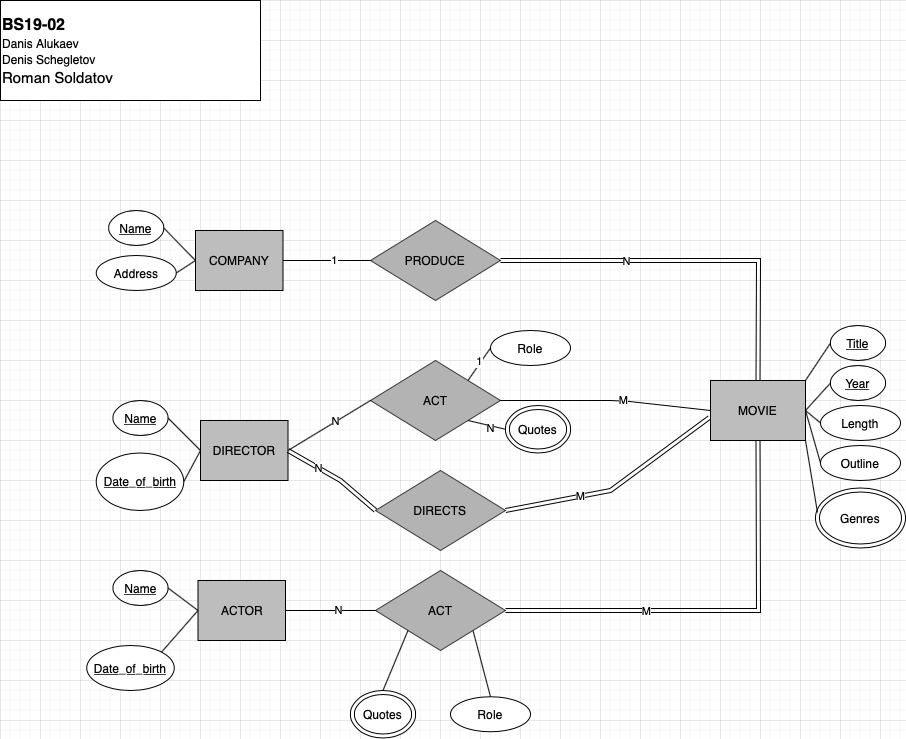
Before: Week02/Exercise 1.png, a diagram exported from draw.io (SMore-Napi/DB_Innopolis). Source tidied: cells renumbered, new cells last; positions are measured from the earlier drawing's top-left corner, leaving out a move shared by most shapes. Its diagram source:
```xml
<mxGraphModel>
  <root>
    <mxCell id="0" />
    <mxCell id="1" parent="0" />
    <mxCell id="2" value="&lt;span id=&quot;docs-internal-guid-47128e1f-7fff-15b0-5de6-b5b7fcb19423&quot;&gt;&lt;p dir=&quot;ltr&quot; style=&quot;line-height: 1.38 ; margin-top: 0pt ; margin-bottom: 0pt&quot;&gt;&lt;span style=&quot;font-size: 12pt ; font-family: &amp;#34;montserrat&amp;#34; , sans-serif ; font-weight: 700 ; vertical-align: baseline&quot;&gt;BS19-02&lt;/span&gt;&lt;/p&gt;&lt;p dir=&quot;ltr&quot; style=&quot;line-height: 1.38 ; margin-top: 0pt ; margin-bottom: 0pt&quot;&gt;Danis&amp;nbsp;Alukaev&lt;br&gt;&lt;/p&gt;&lt;p dir=&quot;ltr&quot; style=&quot;line-height: 1.38 ; margin-top: 0pt ; margin-bottom: 0pt&quot;&gt;Denis Schegletov&lt;/p&gt;&lt;p dir=&quot;ltr&quot; style=&quot;line-height: 1.38 ; margin-top: 0pt ; margin-bottom: 0pt&quot;&gt;&lt;span style=&quot;font-size: 11pt ; font-family: &amp;#34;montserrat&amp;#34; , sans-serif ; vertical-align: baseline&quot;&gt;Roman Soldatov&lt;/span&gt;&lt;/p&gt;&lt;/span&gt;" style="rounded=0;whiteSpace=wrap;html=1;align=left;" parent="1" vertex="1">
      <mxGeometry width="260" height="100" as="geometry" />
    </mxCell>
    <mxCell id="3" value="MOVIE" style="rounded=0;whiteSpace=wrap;html=1;fillColor=#BDBDBD;" parent="1" vertex="1">
      <mxGeometry x="710" y="380" width="95" height="60" as="geometry" />
    </mxCell>
    <mxCell id="4" value="ACTOR" style="rounded=0;whiteSpace=wrap;html=1;fillColor=#BDBDBD;" parent="1" vertex="1">
      <mxGeometry x="197.5" y="580" width="87.5" height="60" as="geometry" />
    </mxCell>
    <mxCell id="5" value="COMPANY" style="rounded=0;whiteSpace=wrap;html=1;fillColor=#BDBDBD;" parent="1" vertex="1">
      <mxGeometry x="195" y="230" width="87.5" height="60" as="geometry" />
    </mxCell>
    <mxCell id="6" value="Length" style="ellipse;whiteSpace=wrap;html=1;" parent="1" vertex="1">
      <mxGeometry x="820" y="405" width="80" height="35" as="geometry" />
    </mxCell>
    <mxCell id="7" value="Outline" style="ellipse;whiteSpace=wrap;html=1;" parent="1" vertex="1">
      <mxGeometry x="820" y="445" width="80" height="35" as="geometry" />
    </mxCell>
    <mxCell id="8" value="&lt;u&gt;Title&lt;/u&gt;" style="ellipse;whiteSpace=wrap;html=1;" parent="1" vertex="1">
      <mxGeometry x="830" y="325" width="55" height="35" as="geometry" />
    </mxCell>
    <mxCell id="9" value="&lt;u&gt;Year&lt;/u&gt;" style="ellipse;whiteSpace=wrap;html=1;" parent="1" vertex="1">
      <mxGeometry x="830" y="365" width="55" height="35" as="geometry" />
    </mxCell>
    <mxCell id="10" value="Genres" style="ellipse;shape=doubleEllipse;whiteSpace=wrap;html=1;fillColor=#FFFFFF;" parent="1" vertex="1">
      <mxGeometry x="815" y="487.5" width="90" height="60" as="geometry" />
    </mxCell>
    <mxCell id="11" value="&lt;u&gt;Name&lt;/u&gt;" style="ellipse;whiteSpace=wrap;html=1;" parent="1" vertex="1">
      <mxGeometry x="108.2" y="210" width="55" height="35" as="geometry" />
    </mxCell>
    <mxCell id="12" value="Address" style="ellipse;whiteSpace=wrap;html=1;" parent="1" vertex="1">
      <mxGeometry x="95.8" y="255" width="80" height="35" as="geometry" />
    </mxCell>
    <mxCell id="13" value="&lt;u&gt;Name&lt;/u&gt;" style="ellipse;whiteSpace=wrap;html=1;" parent="1" vertex="1">
      <mxGeometry x="112.5" y="570" width="55" height="35" as="geometry" />
    </mxCell>
    <mxCell id="14" value="&lt;u&gt;Date_of_birth&lt;/u&gt;" style="ellipse;whiteSpace=wrap;html=1;" parent="1" vertex="1">
      <mxGeometry x="86.2" y="645" width="87.5" height="45" as="geometry" />
    </mxCell>
    <mxCell id="15" value="DIRECTOR" style="rounded=0;whiteSpace=wrap;html=1;fillColor=#BDBDBD;" parent="1" vertex="1">
      <mxGeometry x="200" y="420" width="87.5" height="60" as="geometry" />
    </mxCell>
    <mxCell id="16" value="&lt;u&gt;Name&lt;/u&gt;" style="ellipse;whiteSpace=wrap;html=1;" parent="1" vertex="1">
      <mxGeometry x="112.5" y="400" width="55" height="35" as="geometry" />
    </mxCell>
    <mxCell id="17" value="&lt;u&gt;Date_of_birth&lt;/u&gt;" style="ellipse;whiteSpace=wrap;html=1;" parent="1" vertex="1">
      <mxGeometry x="95.8" y="452.5" width="87.5" height="57.5" as="geometry" />
    </mxCell>
    <mxCell id="18" value="PRODUCE" style="rhombus;whiteSpace=wrap;html=1;strokeColor=#36393d;fillColor=#B3B3B3;" parent="1" vertex="1">
      <mxGeometry x="370" y="220" width="130" height="80" as="geometry" />
    </mxCell>
    <mxCell id="19" value="ACT" style="rhombus;whiteSpace=wrap;html=1;strokeColor=#36393d;fillColor=#B3B3B3;" parent="1" vertex="1">
      <mxGeometry x="375" y="570" width="130" height="80" as="geometry" />
    </mxCell>
    <mxCell id="20" value="ACT" style="rhombus;whiteSpace=wrap;html=1;strokeColor=#36393d;fillColor=#B3B3B3;" parent="1" vertex="1">
      <mxGeometry x="370" y="360" width="130" height="80" as="geometry" />
    </mxCell>
    <mxCell id="21" value="DIRECTS" style="rhombus;whiteSpace=wrap;html=1;strokeColor=#36393d;fillColor=#B3B3B3;" parent="1" vertex="1">
      <mxGeometry x="375" y="470" width="130" height="80" as="geometry" />
    </mxCell>
    <mxCell id="22" value="Role" style="ellipse;whiteSpace=wrap;html=1;" parent="1" vertex="1">
      <mxGeometry x="490" y="330" width="80" height="35" as="geometry" />
    </mxCell>
    <mxCell id="23" value="Quotes" style="ellipse;shape=doubleEllipse;whiteSpace=wrap;html=1;fillColor=#FFFFFF;" parent="1" vertex="1">
      <mxGeometry x="505" y="405" width="65" height="47.5" as="geometry" />
    </mxCell>
    <mxCell id="24" value="Role" style="ellipse;whiteSpace=wrap;html=1;" parent="1" vertex="1">
      <mxGeometry x="450" y="696.2" width="80" height="35" as="geometry" />
    </mxCell>
    <mxCell id="25" value="Quotes" style="ellipse;shape=doubleEllipse;whiteSpace=wrap;html=1;fillColor=#FFFFFF;" parent="1" vertex="1">
      <mxGeometry x="350" y="690" width="65" height="47.5" as="geometry" />
    </mxCell>
    <mxCell id="26" style="endArrow=none;html=1;entryX=0;entryY=1;entryDx=0;entryDy=0;exitX=0.5;exitY=0;exitDx=0;exitDy=0;" parent="1" edge="1" source="25" target="19">
      <mxGeometry relative="1" as="geometry" />
    </mxCell>
    <mxCell id="27" style="endArrow=none;html=1;entryX=1;entryY=1;entryDx=0;entryDy=0;exitX=0.5;exitY=0;exitDx=0;exitDy=0;" parent="1" edge="1" source="24" target="19">
      <mxGeometry relative="1" as="geometry" />
    </mxCell>
    <mxCell id="28" style="endArrow=none;html=1;entryX=0;entryY=0.5;entryDx=0;entryDy=0;exitX=1;exitY=0;exitDx=0;exitDy=0;" parent="1" edge="1" source="14" target="4">
      <mxGeometry relative="1" as="geometry" />
    </mxCell>
    <mxCell id="29" style="endArrow=none;html=1;entryX=0;entryY=0.5;entryDx=0;entryDy=0;exitX=1;exitY=0.5;exitDx=0;exitDy=0;" parent="1" edge="1" source="13" target="4">
      <mxGeometry relative="1" as="geometry" />
    </mxCell>
    <mxCell id="30" style="endArrow=none;html=1;entryX=0;entryY=0.5;entryDx=0;entryDy=0;exitX=1;exitY=0.5;exitDx=0;exitDy=0;" parent="1" edge="1" source="16" target="15">
      <mxGeometry relative="1" as="geometry" />
    </mxCell>
    <mxCell id="31" style="endArrow=none;html=1;entryX=0;entryY=0.5;entryDx=0;entryDy=0;exitX=1;exitY=0.5;exitDx=0;exitDy=0;" parent="1" edge="1" source="17" target="15">
      <mxGeometry relative="1" as="geometry" />
    </mxCell>
    <mxCell id="32" style="endArrow=none;html=1;entryX=0;entryY=0.5;entryDx=0;entryDy=0;exitX=1;exitY=0.5;exitDx=0;exitDy=0;" parent="1" edge="1" source="11" target="5">
      <mxGeometry relative="1" as="geometry" />
    </mxCell>
    <mxCell id="33" style="endArrow=none;html=1;entryX=0;entryY=0.5;entryDx=0;entryDy=0;exitX=1;exitY=0.5;exitDx=0;exitDy=0;" parent="1" edge="1" source="12" target="5">
      <mxGeometry relative="1" as="geometry" />
    </mxCell>
    <mxCell id="34" style="endArrow=none;html=1;entryX=0;entryY=0.5;entryDx=0;entryDy=0;exitX=1;exitY=0;exitDx=0;exitDy=0;" parent="1" edge="1" source="20" target="22">
      <mxGeometry relative="1" as="geometry" />
    </mxCell>
    <mxCell id="35" value="1" style="edgeLabel;html=1;align=center;verticalAlign=middle;" parent="34" vertex="1">
      <mxGeometry x="0.09" y="2" relative="1" as="geometry" />
    </mxCell>
    <mxCell id="36" style="endArrow=none;html=1;entryX=0;entryY=0.5;entryDx=0;entryDy=0;exitX=1;exitY=1;exitDx=0;exitDy=0;" parent="1" edge="1" source="20" target="23">
      <mxGeometry relative="1" as="geometry" />
    </mxCell>
    <mxCell id="37" value="N" style="edgeLabel;html=1;align=center;verticalAlign=middle;" parent="36" vertex="1">
      <mxGeometry x="0.17" y="-2" relative="1" as="geometry" />
    </mxCell>
    <mxCell id="38" style="endArrow=none;html=1;entryX=0;entryY=0.5;entryDx=0;entryDy=0;exitX=1;exitY=0;exitDx=0;exitDy=0;" parent="1" edge="1" source="3" target="8">
      <mxGeometry relative="1" as="geometry" />
    </mxCell>
    <mxCell id="39" style="endArrow=none;html=1;entryX=0;entryY=0.5;entryDx=0;entryDy=0;exitX=1;exitY=0.5;exitDx=0;exitDy=0;" parent="1" edge="1" source="3" target="9">
      <mxGeometry relative="1" as="geometry" />
    </mxCell>
    <mxCell id="40" style="endArrow=none;html=1;exitX=1;exitY=0.5;exitDx=0;exitDy=0;entryX=0;entryY=0.5;entryDx=0;entryDy=0;" parent="1" edge="1" source="3" target="6">
      <mxGeometry relative="1" as="geometry" />
    </mxCell>
    <mxCell id="41" style="endArrow=none;html=1;exitX=1;exitY=0.5;exitDx=0;exitDy=0;entryX=0;entryY=0.5;entryDx=0;entryDy=0;" parent="1" edge="1" source="3" target="7">
      <mxGeometry relative="1" as="geometry" />
    </mxCell>
    <mxCell id="42" style="endArrow=none;html=1;entryX=1;entryY=1;entryDx=0;entryDy=0;exitX=0.022;exitY=0.408;exitDx=0;exitDy=0;exitPerimeter=0;" parent="1" edge="1" source="10" target="3">
      <mxGeometry relative="1" as="geometry" />
    </mxCell>
    <mxCell id="43" style="endArrow=none;html=1;entryX=0;entryY=0.5;entryDx=0;entryDy=0;exitX=1;exitY=0.5;exitDx=0;exitDy=0;" parent="1" edge="1" source="5" target="18">
      <mxGeometry relative="1" as="geometry" />
    </mxCell>
    <mxCell id="44" value="1" style="edgeLabel;html=1;align=center;verticalAlign=middle;" parent="43" vertex="1">
      <mxGeometry x="0.15" y="1" relative="1" as="geometry" />
    </mxCell>
    <mxCell id="45" style="shape=link;html=1;rounded=0;exitX=1;exitY=0.5;exitDx=0;exitDy=0;entryX=0.5;entryY=0;entryDx=0;entryDy=0;" parent="1" edge="1" source="18" target="3">
      <mxGeometry relative="1" as="geometry">
        <Array as="points">
          <mxPoint x="758" y="260" />
        </Array>
      </mxGeometry>
    </mxCell>
    <mxCell id="46" value="N" style="edgeLabel;html=1;align=center;verticalAlign=middle;" parent="45" vertex="1">
      <mxGeometry x="-0.34" relative="1" as="geometry" />
    </mxCell>
    <mxCell id="47" style="endArrow=none;html=1;entryX=0;entryY=0.5;entryDx=0;entryDy=0;exitX=1;exitY=0.5;exitDx=0;exitDy=0;" parent="1" edge="1" source="4" target="19">
      <mxGeometry relative="1" as="geometry" />
    </mxCell>
    <mxCell id="48" value="N" style="edgeLabel;html=1;align=center;verticalAlign=middle;" parent="47" vertex="1">
      <mxGeometry x="0.15" y="1" relative="1" as="geometry" />
    </mxCell>
    <mxCell id="49" style="endArrow=none;html=1;entryX=0;entryY=0.5;entryDx=0;entryDy=0;exitX=1;exitY=0.5;exitDx=0;exitDy=0;" parent="1" edge="1" source="15" target="20">
      <mxGeometry relative="1" as="geometry" />
    </mxCell>
    <mxCell id="50" value="N" style="edgeLabel;html=1;align=center;verticalAlign=middle;" parent="49" vertex="1">
      <mxGeometry x="0.15" y="1" relative="1" as="geometry" />
    </mxCell>
    <mxCell id="51" style="endArrow=none;html=1;entryX=0;entryY=0.5;entryDx=0;entryDy=0;exitX=1;exitY=0.5;exitDx=0;exitDy=0;" parent="1" edge="1" source="20" target="3">
      <mxGeometry relative="1" as="geometry">
        <Array as="points">
          <mxPoint x="620" y="400" />
        </Array>
      </mxGeometry>
    </mxCell>
    <mxCell id="52" value="M" style="edgeLabel;html=1;align=center;verticalAlign=middle;" parent="51" vertex="1">
      <mxGeometry x="0.15" y="1" relative="1" as="geometry" />
    </mxCell>
    <mxCell id="53" style="shape=link;html=1;rounded=0;exitX=1;exitY=0.5;exitDx=0;exitDy=0;entryX=0;entryY=0.5;entryDx=0;entryDy=0;" parent="1" edge="1" source="15" target="21">
      <mxGeometry relative="1" as="geometry">
        <Array as="points">
          <mxPoint x="340" y="480" />
        </Array>
      </mxGeometry>
    </mxCell>
    <mxCell id="54" value="N" style="edgeLabel;html=1;align=center;verticalAlign=middle;" parent="53" vertex="1">
      <mxGeometry x="-0.34" relative="1" as="geometry" />
    </mxCell>
    <mxCell id="55" style="shape=link;html=1;rounded=0;exitX=1;exitY=0.5;exitDx=0;exitDy=0;entryX=-0.011;entryY=0.617;entryDx=0;entryDy=0;entryPerimeter=0;" parent="1" edge="1" source="21" target="3">
      <mxGeometry relative="1" as="geometry">
        <Array as="points">
          <mxPoint x="610" y="490" />
        </Array>
      </mxGeometry>
    </mxCell>
    <mxCell id="56" value="M" style="edgeLabel;html=1;align=center;verticalAlign=middle;" parent="55" vertex="1">
      <mxGeometry x="-0.34" relative="1" as="geometry" />
    </mxCell>
    <mxCell id="57" style="shape=link;html=1;rounded=0;exitX=1;exitY=0.5;exitDx=0;exitDy=0;entryX=0.5;entryY=1;entryDx=0;entryDy=0;" parent="1" edge="1" source="19" target="3">
      <mxGeometry relative="1" as="geometry">
        <Array as="points">
          <mxPoint x="758" y="610" />
        </Array>
      </mxGeometry>
    </mxCell>
    <mxCell id="58" value="M" style="edgeLabel;html=1;align=center;verticalAlign=middle;" parent="57" vertex="1">
      <mxGeometry x="-0.34" relative="1" as="geometry" />
    </mxCell>
  </root>
</mxGraphModel>
```
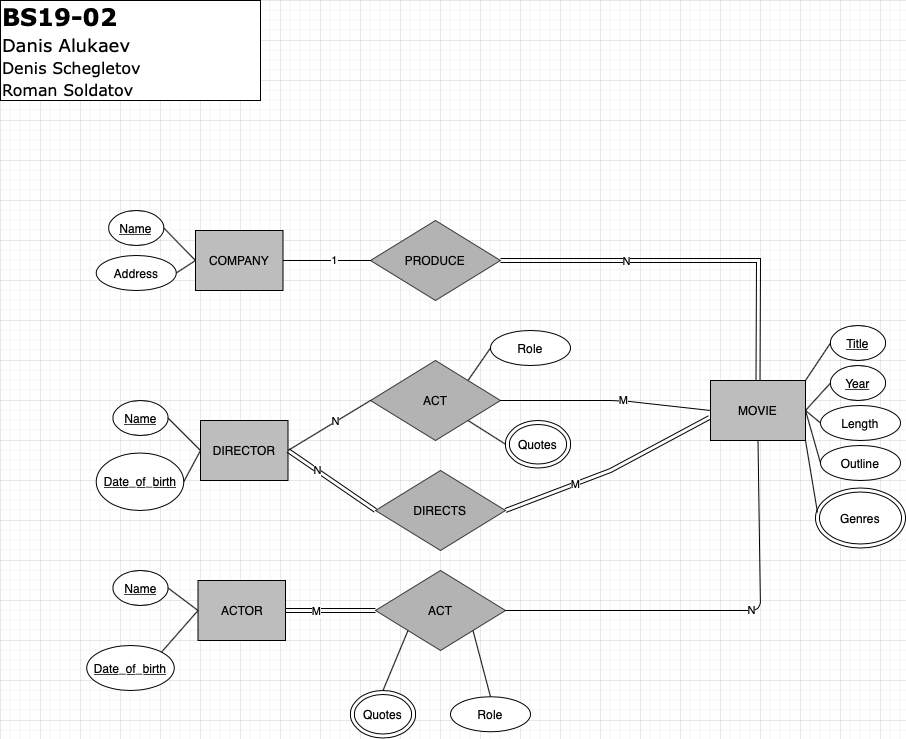
After the change.

What changed in the source:
```diff
@@ -2,7 +2,7 @@
   <root>
     <mxCell id="0" />
     <mxCell id="1" parent="0" />
-    <mxCell id="2" value="&lt;span id=&quot;docs-internal-guid-47128e1f-7fff-15b0-5de6-b5b7fcb19423&quot;&gt;&lt;p dir=&quot;ltr&quot; style=&quot;line-height: 1.38 ; margin-top: 0pt ; margin-bottom: 0pt&quot;&gt;&lt;span style=&quot;font-size: 12pt ; font-family: &amp;#34;montserrat&amp;#34; , sans-serif ; font-weight: 700 ; vertical-align: baseline&quot;&gt;BS19-02&lt;/span&gt;&lt;/p&gt;&lt;p dir=&quot;ltr&quot; style=&quot;line-height: 1.38 ; margin-top: 0pt ; margin-bottom: 0pt&quot;&gt;Danis&amp;nbsp;Alukaev&lt;br&gt;&lt;/p&gt;&lt;p dir=&quot;ltr&quot; style=&quot;line-height: 1.38 ; margin-top: 0pt ; margin-bottom: 0pt&quot;&gt;Denis Schegletov&lt;/p&gt;&lt;p dir=&quot;ltr&quot; style=&quot;line-height: 1.38 ; margin-top: 0pt ; margin-bottom: 0pt&quot;&gt;&lt;span style=&quot;font-size: 11pt ; font-family: &amp;#34;montserrat&amp;#34; , sans-serif ; vertical-align: baseline&quot;&gt;Roman Soldatov&lt;/span&gt;&lt;/p&gt;&lt;/span&gt;" style="rounded=0;whiteSpace=wrap;html=1;align=left;" parent="1" vertex="1">
+    <mxCell id="2" value="&lt;span id=&quot;docs-internal-guid-47128e1f-7fff-15b0-5de6-b5b7fcb19423&quot;&gt;&lt;font face=&quot;Verdana&quot;&gt;&lt;p dir=&quot;ltr&quot; style=&quot;line-height: 1.38 ; margin-top: 0pt ; margin-bottom: 0pt&quot;&gt;&lt;span style=&quot;font-weight: 700 ; vertical-align: baseline&quot;&gt;&lt;font style=&quot;font-size: 24px&quot;&gt;BS19-02&lt;/font&gt;&lt;/span&gt;&lt;/p&gt;&lt;p dir=&quot;ltr&quot; style=&quot;line-height: 1.38 ; margin-top: 0pt ; margin-bottom: 0pt&quot;&gt;&lt;font&gt;&lt;font style=&quot;font-size: 18px&quot;&gt;Danis&amp;nbsp;Alukaev&lt;/font&gt;&lt;br&gt;&lt;/font&gt;&lt;/p&gt;&lt;p dir=&quot;ltr&quot; style=&quot;line-height: 1.38 ; margin-top: 0pt ; margin-bottom: 0pt&quot;&gt;&lt;font size=&quot;3&quot;&gt;Denis Schegletov&lt;/font&gt;&lt;/p&gt;&lt;p dir=&quot;ltr&quot; style=&quot;line-height: 1.38 ; margin-top: 0pt ; margin-bottom: 0pt&quot;&gt;&lt;span style=&quot;vertical-align: baseline&quot;&gt;&lt;font size=&quot;3&quot;&gt;Roman Soldatov&lt;/font&gt;&lt;/span&gt;&lt;/p&gt;&lt;/font&gt;&lt;/span&gt;" style="rounded=0;whiteSpace=wrap;html=1;align=left;" parent="1" vertex="1">
       <mxGeometry width="260" height="100" as="geometry" />
     </mxCell>
     <mxCell id="3" value="MOVIE" style="rounded=0;whiteSpace=wrap;html=1;fillColor=#BDBDBD;" parent="1" vertex="1">
@@ -66,7 +66,7 @@
       <mxGeometry x="490" y="330" width="80" height="35" as="geometry" />
     </mxCell>
     <mxCell id="23" value="Quotes" style="ellipse;shape=doubleEllipse;whiteSpace=wrap;html=1;fillColor=#FFFFFF;" parent="1" vertex="1">
-      <mxGeometry x="505" y="405" width="65" height="47.5" as="geometry" />
+      <mxGeometry x="505" y="420" width="65" height="47.5" as="geometry" />
     </mxCell>
     <mxCell id="24" value="Role" style="ellipse;whiteSpace=wrap;html=1;" parent="1" vertex="1">
       <mxGeometry x="450" y="696.2" width="80" height="35" as="geometry" />
@@ -101,15 +101,9 @@
     <mxCell id="34" style="endArrow=none;html=1;entryX=0;entryY=0.5;entryDx=0;entryDy=0;exitX=1;exitY=0;exitDx=0;exitDy=0;" parent="1" edge="1" source="20" target="22">
       <mxGeometry relative="1" as="geometry" />
     </mxCell>
-    <mxCell id="35" value="1" style="edgeLabel;html=1;align=center;verticalAlign=middle;" parent="34" vertex="1">
-      <mxGeometry x="0.09" y="2" relative="1" as="geometry" />
-    </mxCell>
     <mxCell id="36" style="endArrow=none;html=1;entryX=0;entryY=0.5;entryDx=0;entryDy=0;exitX=1;exitY=1;exitDx=0;exitDy=0;" parent="1" edge="1" source="20" target="23">
       <mxGeometry relative="1" as="geometry" />
     </mxCell>
-    <mxCell id="37" value="N" style="edgeLabel;html=1;align=center;verticalAlign=middle;" parent="36" vertex="1">
-      <mxGeometry x="0.17" y="-2" relative="1" as="geometry" />
-    </mxCell>
     <mxCell id="38" style="endArrow=none;html=1;entryX=0;entryY=0.5;entryDx=0;entryDy=0;exitX=1;exitY=0;exitDx=0;exitDy=0;" parent="1" edge="1" source="3" target="8">
       <mxGeometry relative="1" as="geometry" />
     </mxCell>
@@ -141,12 +135,6 @@
     <mxCell id="46" value="N" style="edgeLabel;html=1;align=center;verticalAlign=middle;" parent="45" vertex="1">
       <mxGeometry x="-0.34" relative="1" as="geometry" />
     </mxCell>
-    <mxCell id="47" style="endArrow=none;html=1;entryX=0;entryY=0.5;entryDx=0;entryDy=0;exitX=1;exitY=0.5;exitDx=0;exitDy=0;" parent="1" edge="1" source="4" target="19">
-      <mxGeometry relative="1" as="geometry" />
-    </mxCell>
-    <mxCell id="48" value="N" style="edgeLabel;html=1;align=center;verticalAlign=middle;" parent="47" vertex="1">
-      <mxGeometry x="0.15" y="1" relative="1" as="geometry" />
-    </mxCell>
     <mxCell id="49" style="endArrow=none;html=1;entryX=0;entryY=0.5;entryDx=0;entryDy=0;exitX=1;exitY=0.5;exitDx=0;exitDy=0;" parent="1" edge="1" source="15" target="20">
       <mxGeometry relative="1" as="geometry" />
     </mxCell>
@@ -164,11 +152,7 @@
       <mxGeometry x="0.15" y="1" relative="1" as="geometry" />
     </mxCell>
     <mxCell id="53" style="shape=link;html=1;rounded=0;exitX=1;exitY=0.5;exitDx=0;exitDy=0;entryX=0;entryY=0.5;entryDx=0;entryDy=0;" parent="1" edge="1" source="15" target="21">
-      <mxGeometry relative="1" as="geometry">
-        <Array as="points">
-          <mxPoint x="340" y="480" />
-        </Array>
-      </mxGeometry>
+      <mxGeometry relative="1" as="geometry" />
     </mxCell>
     <mxCell id="54" value="N" style="edgeLabel;html=1;align=center;verticalAlign=middle;" parent="53" vertex="1">
       <mxGeometry x="-0.34" relative="1" as="geometry" />
@@ -176,22 +160,28 @@
     <mxCell id="55" style="shape=link;html=1;rounded=0;exitX=1;exitY=0.5;exitDx=0;exitDy=0;entryX=-0.011;entryY=0.617;entryDx=0;entryDy=0;entryPerimeter=0;" parent="1" edge="1" source="21" target="3">
       <mxGeometry relative="1" as="geometry">
         <Array as="points">
-          <mxPoint x="610" y="490" />
+          <mxPoint x="610" y="470" />
         </Array>
       </mxGeometry>
     </mxCell>
     <mxCell id="56" value="M" style="edgeLabel;html=1;align=center;verticalAlign=middle;" parent="55" vertex="1">
       <mxGeometry x="-0.34" relative="1" as="geometry" />
     </mxCell>
+    <mxCell id="47" style="shape=link;html=1;rounded=0;exitX=1;exitY=0.5;exitDx=0;exitDy=0;entryX=0;entryY=0.5;entryDx=0;entryDy=0;" parent="1" edge="1" source="4" target="19">
+      <mxGeometry relative="1" as="geometry" />
+    </mxCell>
+    <mxCell id="58" value="M" style="edgeLabel;html=1;align=center;verticalAlign=middle;" parent="47" vertex="1">
+      <mxGeometry x="-0.34" relative="1" as="geometry" />
+    </mxCell>
-    <mxCell id="57" style="shape=link;html=1;rounded=0;exitX=1;exitY=0.5;exitDx=0;exitDy=0;entryX=0.5;entryY=1;entryDx=0;entryDy=0;" parent="1" edge="1" source="19" target="3">
+    <mxCell id="57" style="endArrow=none;html=1;entryX=0.5;entryY=1;entryDx=0;entryDy=0;exitX=1;exitY=0.5;exitDx=0;exitDy=0;" parent="1" edge="1" source="19" target="3">
       <mxGeometry relative="1" as="geometry">
         <Array as="points">
-          <mxPoint x="758" y="610" />
+          <mxPoint x="760" y="610" />
         </Array>
       </mxGeometry>
     </mxCell>
-    <mxCell id="58" value="M" style="edgeLabel;html=1;align=center;verticalAlign=middle;" parent="57" vertex="1">
-      <mxGeometry x="-0.34" relative="1" as="geometry" />
-    </mxCell>
+    <mxCell id="59" value="N" style="edgeLabel;html=1;align=center;verticalAlign=middle;" parent="57" vertex="1">
+      <mxGeometry x="0.15" y="1" relative="1" as="geometry" />
+    </mxCell>
   </root>
 </mxGraphModel>
```
